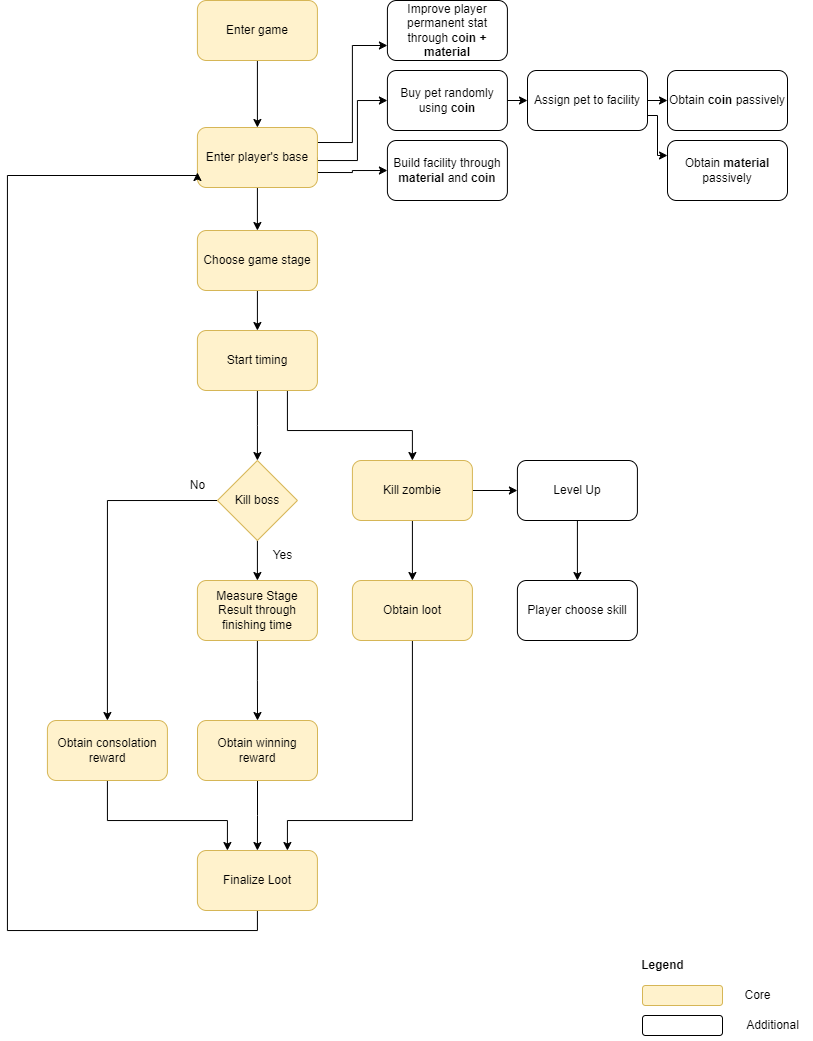
The draw.io diagram Project Information/diagram/general-flow.png in FF-OGC/zombie-simulation, before a commit. Source tidied: cells renumbered, new cells last; positions are measured from the earlier drawing's top-left corner, leaving out a move shared by most shapes.
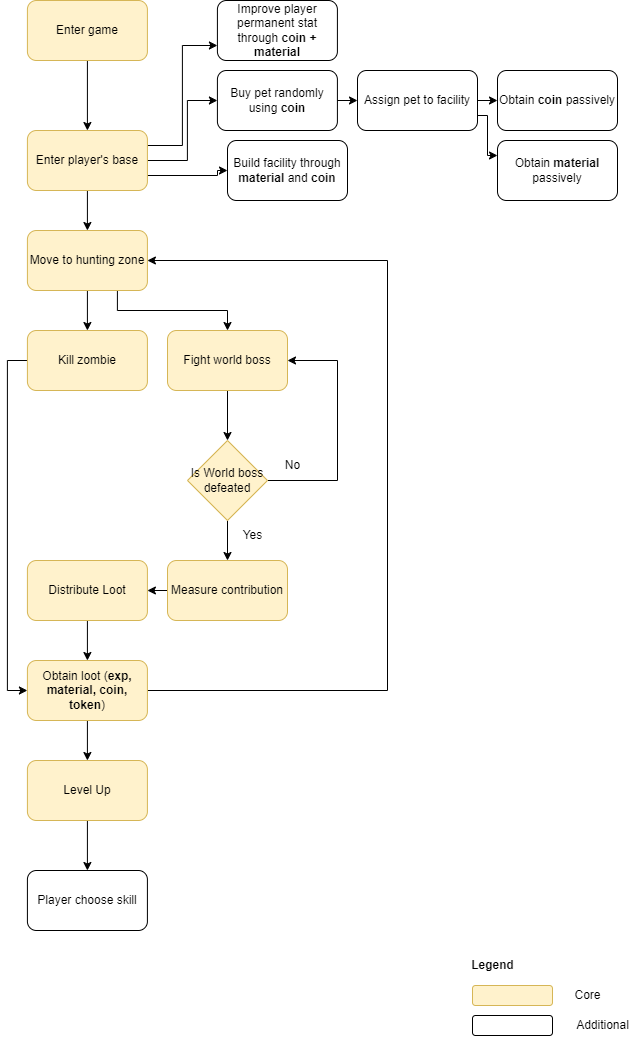
Later version of the same file.

Change to the diagram source:
```diff
@@ -23,109 +23,65 @@
       </mxGeometry>
     </mxCell>
     <mxCell id="7" style="edgeStyle=orthogonalEdgeStyle;rounded=0;jettySize=auto;html=1;exitX=1;exitY=0.75;exitDx=0;exitDy=0;entryX=0;entryY=0.5;entryDx=0;entryDy=0;" parent="1" edge="1" source="8" target="39">
-      <mxGeometry relative="1" as="geometry" />
+      <mxGeometry relative="1" as="geometry">
+        <Array as="points">
+          <mxPoint x="380" y="175" />
+        </Array>
+      </mxGeometry>
     </mxCell>
     <mxCell id="8" value="Enter player's base" style="rounded=1;whiteSpace=wrap;html=1;fillColor=#fff2cc;strokeColor=#d6b656;" parent="1" vertex="1">
-      <mxGeometry x="189.9" y="127" width="120" height="60" as="geometry" />
+      <mxGeometry x="189.9" y="130" width="120" height="60" as="geometry" />
     </mxCell>
-    <mxCell id="9" style="edgeStyle=orthogonalEdgeStyle;rounded=0;jettySize=auto;html=1;entryX=0.5;entryY=0;entryDx=0;entryDy=0;exitX=0.5;exitY=1;exitDx=0;exitDy=0;" parent="1" edge="1" source="33">
-      <mxGeometry relative="1" as="geometry">
-        <mxPoint x="249.9" y="460" as="targetPoint" />
-      </mxGeometry>
-    </mxCell>
-    <mxCell id="10" style="edgeStyle=orthogonalEdgeStyle;rounded=0;jettySize=auto;html=1;exitX=0.75;exitY=1;exitDx=0;exitDy=0;" parent="1" edge="1" source="33" target="24">
-      <mxGeometry relative="1" as="geometry">
-        <Array as="points">
-          <mxPoint x="279.9" y="430" />
-          <mxPoint x="404.9" y="430" />
-        </Array>
-      </mxGeometry>
-    </mxCell>
-    <mxCell id="11" style="edgeStyle=orthogonalEdgeStyle;rounded=0;jettySize=auto;html=1;exitX=0.5;exitY=1;exitDx=0;exitDy=0;entryX=0.5;entryY=0;entryDx=0;entryDy=0;" parent="1" edge="1" source="12" target="33">
+    <mxCell id="11" style="edgeStyle=orthogonalEdgeStyle;rounded=0;jettySize=auto;html=1;exitX=0.5;exitY=1;exitDx=0;exitDy=0;entryX=0.5;entryY=0;entryDx=0;entryDy=0;" parent="1" edge="1" source="12" target="24">
       <mxGeometry relative="1" as="geometry" />
     </mxCell>
+    <mxCell id="49" style="edgeStyle=orthogonalEdgeStyle;rounded=0;jettySize=auto;html=1;exitX=0.75;exitY=1;exitDx=0;exitDy=0;entryX=0.5;entryY=0;entryDx=0;entryDy=0;" parent="1" edge="1" source="12" target="54">
+      <mxGeometry relative="1" as="geometry" />
+    </mxCell>
-    <mxCell id="12" value="Choose game stage" style="rounded=1;whiteSpace=wrap;html=1;fillColor=#fff2cc;strokeColor=#d6b656;" parent="1" vertex="1">
+    <mxCell id="12" value="Move to hunting zone" style="rounded=1;whiteSpace=wrap;html=1;fillColor=#fff2cc;strokeColor=#d6b656;" parent="1" vertex="1">
       <mxGeometry x="189.9" y="230" width="120" height="60" as="geometry" />
     </mxCell>
-    <mxCell id="13" style="edgeStyle=orthogonalEdgeStyle;rounded=0;jettySize=auto;html=1;exitX=0.5;exitY=1;exitDx=0;exitDy=0;entryX=0.5;entryY=0;entryDx=0;entryDy=0;" parent="1" edge="1" source="41" target="20">
-      <mxGeometry relative="1" as="geometry" />
-    </mxCell>
-    <mxCell id="14" style="edgeStyle=orthogonalEdgeStyle;rounded=0;jettySize=auto;html=1;exitX=0.5;exitY=1;exitDx=0;exitDy=0;entryX=0.5;entryY=0;entryDx=0;entryDy=0;" parent="1" edge="1" source="15" target="28">
-      <mxGeometry relative="1" as="geometry" />
-    </mxCell>
-    <mxCell id="15" value="Obtain winning reward" style="rounded=1;whiteSpace=wrap;html=1;fillColor=#fff2cc;strokeColor=#d6b656;" parent="1" vertex="1">
-      <mxGeometry x="190" y="720" width="120" height="60" as="geometry" />
-    </mxCell>
-    <mxCell id="16" style="edgeStyle=orthogonalEdgeStyle;rounded=0;jettySize=auto;html=1;exitX=0.5;exitY=1;exitDx=0;exitDy=0;entryX=0.25;entryY=0;entryDx=0;entryDy=0;" parent="1" edge="1" source="17" target="28">
-      <mxGeometry relative="1" as="geometry">
-        <Array as="points">
-          <mxPoint x="100" y="820" />
-          <mxPoint x="220" y="820" />
-        </Array>
-      </mxGeometry>
-    </mxCell>
-    <mxCell id="17" value="Obtain consolation reward" style="rounded=1;whiteSpace=wrap;html=1;fillColor=#fff2cc;strokeColor=#d6b656;" parent="1" vertex="1">
-      <mxGeometry x="39.9" y="720" width="120" height="60" as="geometry" />
-    </mxCell>
-    <mxCell id="18" value="No" style="text;html=1;align=center;verticalAlign=middle;strokeColor=none;fillColor=none;" parent="1" vertex="1">
-      <mxGeometry x="169.9" y="470" width="40" height="30" as="geometry" />
-    </mxCell>
-    <mxCell id="19" style="edgeStyle=orthogonalEdgeStyle;rounded=0;jettySize=auto;html=1;exitX=0.5;exitY=1;exitDx=0;exitDy=0;entryX=0.5;entryY=0;entryDx=0;entryDy=0;" parent="1" edge="1" source="20" target="15">
-      <mxGeometry relative="1" as="geometry" />
-    </mxCell>
-    <mxCell id="20" value="Measure Stage Result through finishing time" style="rounded=1;whiteSpace=wrap;html=1;fillColor=#fff2cc;strokeColor=#d6b656;" parent="1" vertex="1">
-      <mxGeometry x="189.9" y="580" width="120" height="60" as="geometry" />
-    </mxCell>
     <mxCell id="21" value="Improve player permanent stat through &lt;b&gt;coin + material&lt;/b&gt;" style="rounded=1;whiteSpace=wrap;html=1;" parent="1" vertex="1">
       <mxGeometry x="379.9" width="120" height="60" as="geometry" />
     </mxCell>
-    <mxCell id="22" style="edgeStyle=orthogonalEdgeStyle;rounded=0;jettySize=auto;html=1;exitX=0.5;exitY=1;exitDx=0;exitDy=0;entryX=0.5;entryY=0;entryDx=0;entryDy=0;" parent="1" edge="1" source="24" target="26">
+    <mxCell id="22" style="edgeStyle=orthogonalEdgeStyle;rounded=0;jettySize=auto;html=1;exitX=0;exitY=0.5;exitDx=0;exitDy=0;entryX=0;entryY=0.5;entryDx=0;entryDy=0;" parent="1" edge="1" source="24" target="26">
       <mxGeometry relative="1" as="geometry" />
     </mxCell>
-    <mxCell id="23" style="edgeStyle=orthogonalEdgeStyle;rounded=0;jettySize=auto;html=1;exitX=1;exitY=0.5;exitDx=0;exitDy=0;entryX=0;entryY=0.5;entryDx=0;entryDy=0;" parent="1" edge="1" source="24" target="30">
-      <mxGeometry relative="1" as="geometry" />
-    </mxCell>
     <mxCell id="24" value="Kill zombie" style="rounded=1;whiteSpace=wrap;html=1;fillColor=#fff2cc;strokeColor=#d6b656;" parent="1" vertex="1">
-      <mxGeometry x="344.9" y="460" width="120" height="60" as="geometry" />
+      <mxGeometry x="189.9" y="330" width="120" height="60" as="geometry" />
     </mxCell>
-    <mxCell id="25" style="edgeStyle=orthogonalEdgeStyle;rounded=0;jettySize=auto;html=1;exitX=0.5;exitY=1;exitDx=0;exitDy=0;entryX=0.75;entryY=0;entryDx=0;entryDy=0;" parent="1" edge="1" source="26" target="28">
-      <mxGeometry relative="1" as="geometry">
-        <Array as="points">
-          <mxPoint x="405" y="820" />
-          <mxPoint x="280" y="820" />
-        </Array>
-      </mxGeometry>
-    </mxCell>
+    <mxCell id="50" style="edgeStyle=orthogonalEdgeStyle;rounded=0;jettySize=auto;html=1;exitX=0.5;exitY=1;exitDx=0;exitDy=0;entryX=0.5;entryY=0;entryDx=0;entryDy=0;" parent="1" edge="1" source="26" target="30">
+      <mxGeometry relative="1" as="geometry" />
+    </mxCell>
+    <mxCell id="51" style="edgeStyle=orthogonalEdgeStyle;rounded=0;jettySize=auto;html=1;exitX=1;exitY=0.5;exitDx=0;exitDy=0;entryX=1;entryY=0.5;entryDx=0;entryDy=0;" parent="1" edge="1" source="26" target="12">
+      <mxGeometry relative="1" as="geometry">
+        <Array as="points">
+          <mxPoint x="550" y="690" />
+          <mxPoint x="550" y="260" />
+        </Array>
+      </mxGeometry>
+    </mxCell>
-    <mxCell id="26" value="Obtain loot" style="rounded=1;whiteSpace=wrap;html=1;fillColor=#fff2cc;strokeColor=#d6b656;" parent="1" vertex="1">
-      <mxGeometry x="344.9" y="580" width="120" height="60" as="geometry" />
+    <mxCell id="26" value="Obtain loot (&lt;b&gt;exp, material, coin, token&lt;/b&gt;)" style="rounded=1;whiteSpace=wrap;html=1;fillColor=#fff2cc;strokeColor=#d6b656;" parent="1" vertex="1">
+      <mxGeometry x="189.9" y="660" width="120" height="60" as="geometry" />
     </mxCell>
-    <mxCell id="27" style="edgeStyle=orthogonalEdgeStyle;rounded=0;jettySize=auto;html=1;exitX=0.5;exitY=1;exitDx=0;exitDy=0;entryX=0;entryY=0.75;entryDx=0;entryDy=0;" parent="1" edge="1" source="28" target="8">
-      <mxGeometry relative="1" as="geometry">
-        <Array as="points">
-          <mxPoint x="249.9" y="930" />
-          <mxPoint x="-0.1" y="930" />
-          <mxPoint x="-0.1" y="175" />
-        </Array>
-      </mxGeometry>
-    </mxCell>
+    <mxCell id="52" style="edgeStyle=orthogonalEdgeStyle;rounded=0;jettySize=auto;html=1;exitX=0.5;exitY=1;exitDx=0;exitDy=0;entryX=0.5;entryY=0;entryDx=0;entryDy=0;" parent="1" edge="1" source="28" target="26">
+      <mxGeometry relative="1" as="geometry" />
+    </mxCell>
-    <mxCell id="28" value="Finalize Loot" style="rounded=1;whiteSpace=wrap;html=1;fillColor=#fff2cc;strokeColor=#d6b656;" parent="1" vertex="1">
-      <mxGeometry x="189.9" y="850" width="120" height="60" as="geometry" />
+    <mxCell id="28" value="Distribute Loot" style="rounded=1;whiteSpace=wrap;html=1;fillColor=#fff2cc;strokeColor=#d6b656;" parent="1" vertex="1">
+      <mxGeometry x="189.9" y="560" width="120" height="60" as="geometry" />
     </mxCell>
     <mxCell id="29" style="edgeStyle=orthogonalEdgeStyle;rounded=0;jettySize=auto;html=1;exitX=0.5;exitY=1;exitDx=0;exitDy=0;" parent="1" edge="1" source="30" target="31">
       <mxGeometry relative="1" as="geometry" />
     </mxCell>
-    <mxCell id="30" value="Level Up" style="rounded=1;whiteSpace=wrap;html=1;" parent="1" vertex="1">
-      <mxGeometry x="509.9" y="460" width="120" height="60" as="geometry" />
+    <mxCell id="30" value="Level Up" style="rounded=1;whiteSpace=wrap;html=1;fillColor=#fff2cc;strokeColor=#d6b656;" parent="1" vertex="1">
+      <mxGeometry x="189.9" y="760" width="120" height="60" as="geometry" />
     </mxCell>
     <mxCell id="31" value="Player choose skill" style="rounded=1;whiteSpace=wrap;html=1;" parent="1" vertex="1">
-      <mxGeometry x="509.9" y="580" width="120" height="60" as="geometry" />
+      <mxGeometry x="189.9" y="870" width="120" height="60" as="geometry" />
     </mxCell>
     <mxCell id="32" value="Buy pet randomly using &lt;b&gt;coin&lt;/b&gt;" style="rounded=1;whiteSpace=wrap;html=1;" parent="1" vertex="1">
       <mxGeometry x="379.9" y="70" width="120" height="60" as="geometry" />
     </mxCell>
-    <mxCell id="33" value="Start timing" style="rounded=1;whiteSpace=wrap;html=1;fillColor=#fff2cc;strokeColor=#d6b656;" parent="1" vertex="1">
-      <mxGeometry x="189.9" y="330" width="120" height="60" as="geometry" />
-    </mxCell>
     <mxCell id="34" style="edgeStyle=orthogonalEdgeStyle;rounded=0;jettySize=auto;html=1;exitX=1;exitY=0.5;exitDx=0;exitDy=0;entryX=0;entryY=0.5;entryDx=0;entryDy=0;" parent="1" edge="1" source="36" target="38">
       <mxGeometry relative="1" as="geometry" />
     </mxCell>
@@ -147,17 +103,8 @@
       <mxGeometry x="660" y="70" width="120" height="60" as="geometry" />
     </mxCell>
     <mxCell id="39" value="Build facility through &lt;b&gt;material &lt;/b&gt;and&lt;b&gt;&amp;nbsp;coin&lt;/b&gt;" style="rounded=1;whiteSpace=wrap;html=1;" parent="1" vertex="1">
-      <mxGeometry x="379.9" y="140" width="120" height="60" as="geometry" />
+      <mxGeometry x="390" y="140" width="120" height="60" as="geometry" />
     </mxCell>
-    <mxCell id="40" style="edgeStyle=orthogonalEdgeStyle;rounded=0;jettySize=auto;html=1;exitX=0;exitY=0.5;exitDx=0;exitDy=0;entryX=0.5;entryY=0;entryDx=0;entryDy=0;" parent="1" edge="1" source="41" target="17">
-      <mxGeometry relative="1" as="geometry" />
-    </mxCell>
-    <mxCell id="41" value="Kill boss" style="rhombus;whiteSpace=wrap;html=1;fillColor=#fff2cc;strokeColor=#d6b656;" parent="1" vertex="1">
-      <mxGeometry x="209.9" y="460" width="80" height="80" as="geometry" />
-    </mxCell>
-    <mxCell id="42" value="Yes" style="text;html=1;align=center;verticalAlign=middle;strokeColor=none;fillColor=none;" parent="1" vertex="1">
-      <mxGeometry x="255" y="540" width="40" height="30" as="geometry" />
-    </mxCell>
     <mxCell id="43" style="rounded=1;whiteSpace=wrap;html=1;fillColor=#fff2cc;strokeColor=#d6b656;" parent="1" vertex="1">
       <mxGeometry x="635" y="985" width="80" height="20" as="geometry" />
     </mxCell>
@@ -176,5 +123,37 @@
     <mxCell id="48" value="Obtain &lt;b&gt;material &lt;/b&gt;passively" style="rounded=1;whiteSpace=wrap;html=1;" parent="1" vertex="1">
       <mxGeometry x="660" y="140" width="120" height="60" as="geometry" />
     </mxCell>
+    <mxCell id="53" style="edgeStyle=orthogonalEdgeStyle;rounded=0;jettySize=auto;html=1;exitX=0.5;exitY=1;exitDx=0;exitDy=0;entryX=0.5;entryY=0;entryDx=0;entryDy=0;" parent="1" edge="1" source="54" target="59">
+      <mxGeometry relative="1" as="geometry" />
+    </mxCell>
+    <mxCell id="54" value="Fight world boss" style="rounded=1;whiteSpace=wrap;html=1;fillColor=#fff2cc;strokeColor=#d6b656;" parent="1" vertex="1">
+      <mxGeometry x="330" y="330" width="120" height="60" as="geometry" />
+    </mxCell>
+    <mxCell id="55" style="edgeStyle=orthogonalEdgeStyle;rounded=0;jettySize=auto;html=1;exitX=0;exitY=0.5;exitDx=0;exitDy=0;entryX=1;entryY=0.5;entryDx=0;entryDy=0;" parent="1" edge="1" source="56" target="28">
+      <mxGeometry relative="1" as="geometry" />
+    </mxCell>
+    <mxCell id="56" value="Measure contribution" style="rounded=1;whiteSpace=wrap;html=1;fillColor=#fff2cc;strokeColor=#d6b656;" parent="1" vertex="1">
+      <mxGeometry x="330" y="560" width="120" height="60" as="geometry" />
+    </mxCell>
+    <mxCell id="57" style="edgeStyle=orthogonalEdgeStyle;rounded=0;jettySize=auto;html=1;exitX=0.5;exitY=1;exitDx=0;exitDy=0;entryX=0.5;entryY=0;entryDx=0;entryDy=0;" parent="1" edge="1" source="59" target="56">
+      <mxGeometry relative="1" as="geometry" />
+    </mxCell>
+    <mxCell id="58" style="edgeStyle=orthogonalEdgeStyle;rounded=0;jettySize=auto;html=1;exitX=1;exitY=0.5;exitDx=0;exitDy=0;entryX=1;entryY=0.5;entryDx=0;entryDy=0;" parent="1" edge="1" source="59" target="54">
+      <mxGeometry relative="1" as="geometry">
+        <Array as="points">
+          <mxPoint x="500" y="480" />
+          <mxPoint x="500" y="360" />
+        </Array>
+      </mxGeometry>
+    </mxCell>
+    <mxCell id="59" value="Is World boss defeated" style="rhombus;whiteSpace=wrap;html=1;fillColor=#fff2cc;strokeColor=#d6b656;" parent="1" vertex="1">
+      <mxGeometry x="350" y="440" width="80" height="80" as="geometry" />
+    </mxCell>
+    <mxCell id="42" value="Yes" style="text;html=1;align=center;verticalAlign=middle;strokeColor=none;fillColor=none;" parent="1" vertex="1">
+      <mxGeometry x="395" y="520" width="40" height="30" as="geometry" />
+    </mxCell>
+    <mxCell id="18" value="No" style="text;html=1;align=center;verticalAlign=middle;strokeColor=none;fillColor=none;" parent="1" vertex="1">
+      <mxGeometry x="435" y="450" width="40" height="30" as="geometry" />
+    </mxCell>
   </root>
 </mxGraphModel>
```
